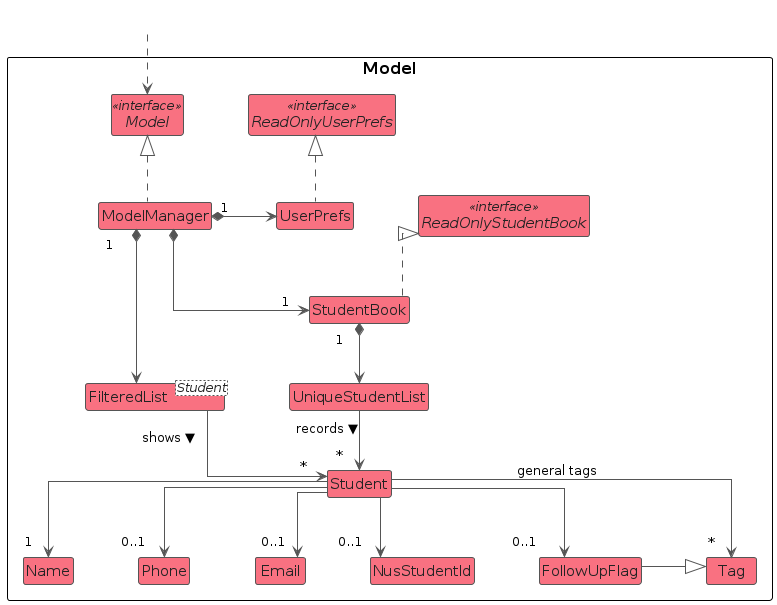
This is diagrams/ModelClassDiagram.png from AY2627S1-CS2103T-T16-1/tp, a PlantUML export, as it was before one commit. Its source is kept beside it as diagrams/ModelClassDiagram.puml.
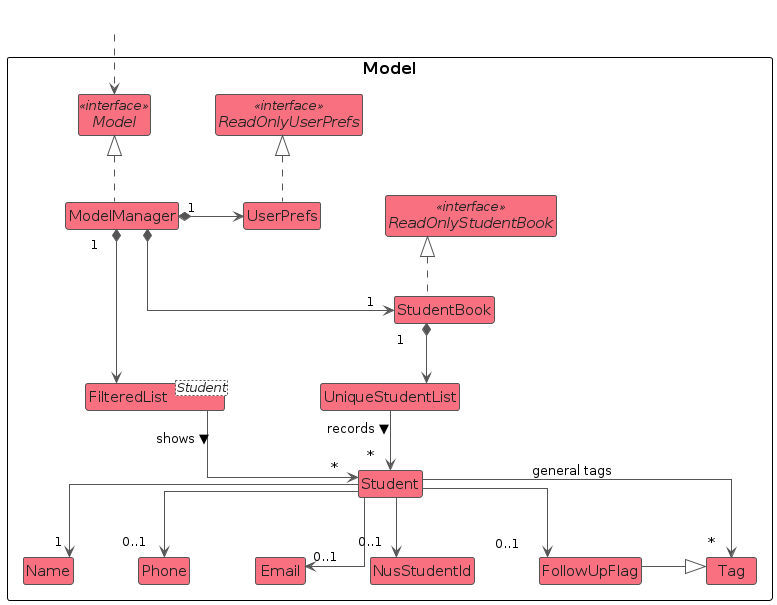
The same file after the commit.

What changed in the source:
```diff
@@ -29,6 +29,7 @@
 
 ModelManager .up.|> Model
 StudentBook .up.|> ReadOnlyStudentBook
+ReadOnlyStudentBook -[hidden]down- StudentBook
 UserPrefs .up.|> ReadOnlyUserPrefs
 
 ModelManager *--> "1   " StudentBook
```
